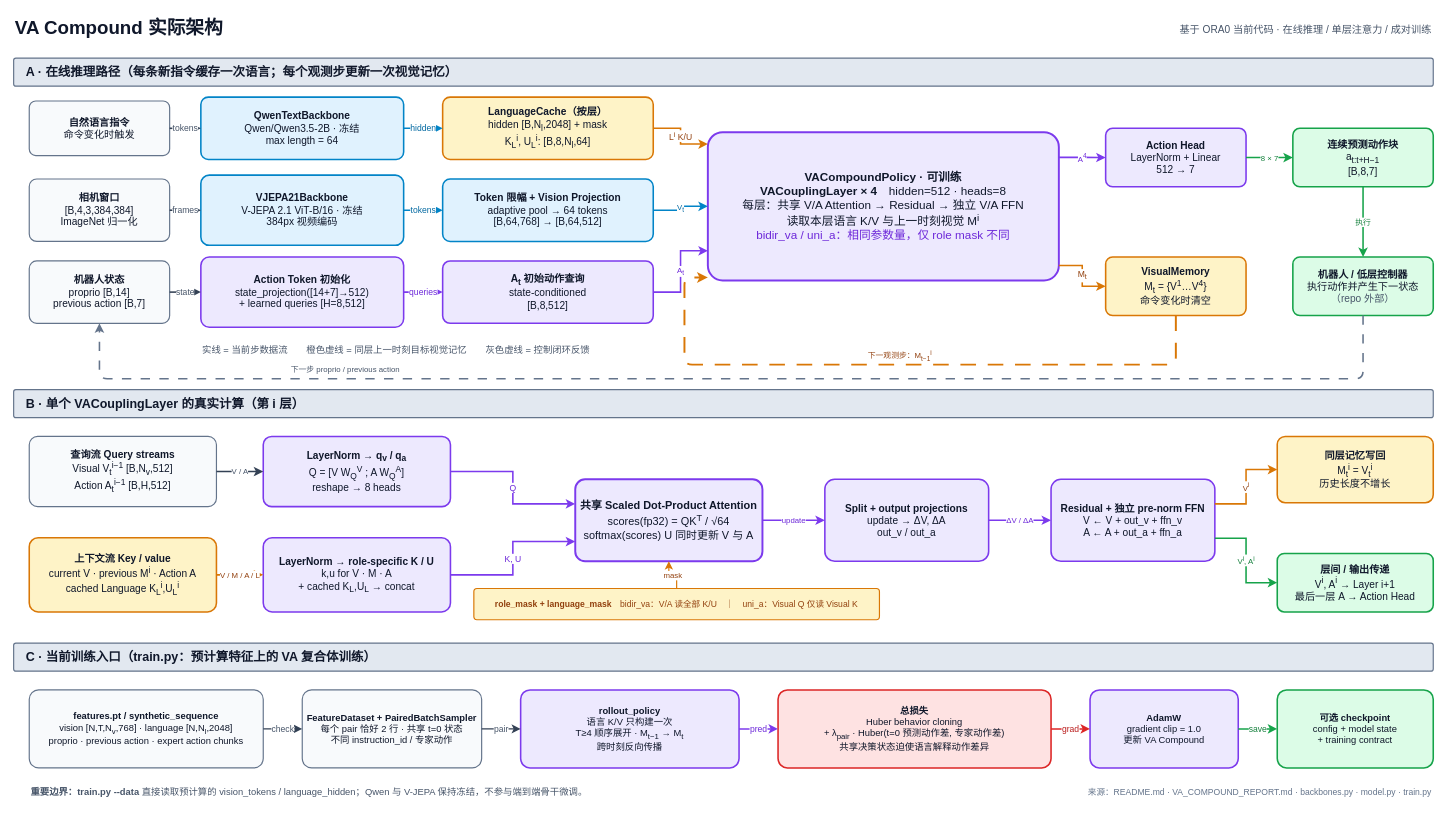
This is artifacts/va_compound_architecture/va_compound_actual_architecture.drawio from hzhe0083-source/Roboticx-1, a draw.io file, before an edit. Source tidied: cells renumbered, new cells numbered last; positions are measured from the earlier drawing's top-left corner, leaving out a move shared by most shapes. Both pictures are drawn from the tidied source at 78%, with x=0, y=0 at pixel (13, 13).
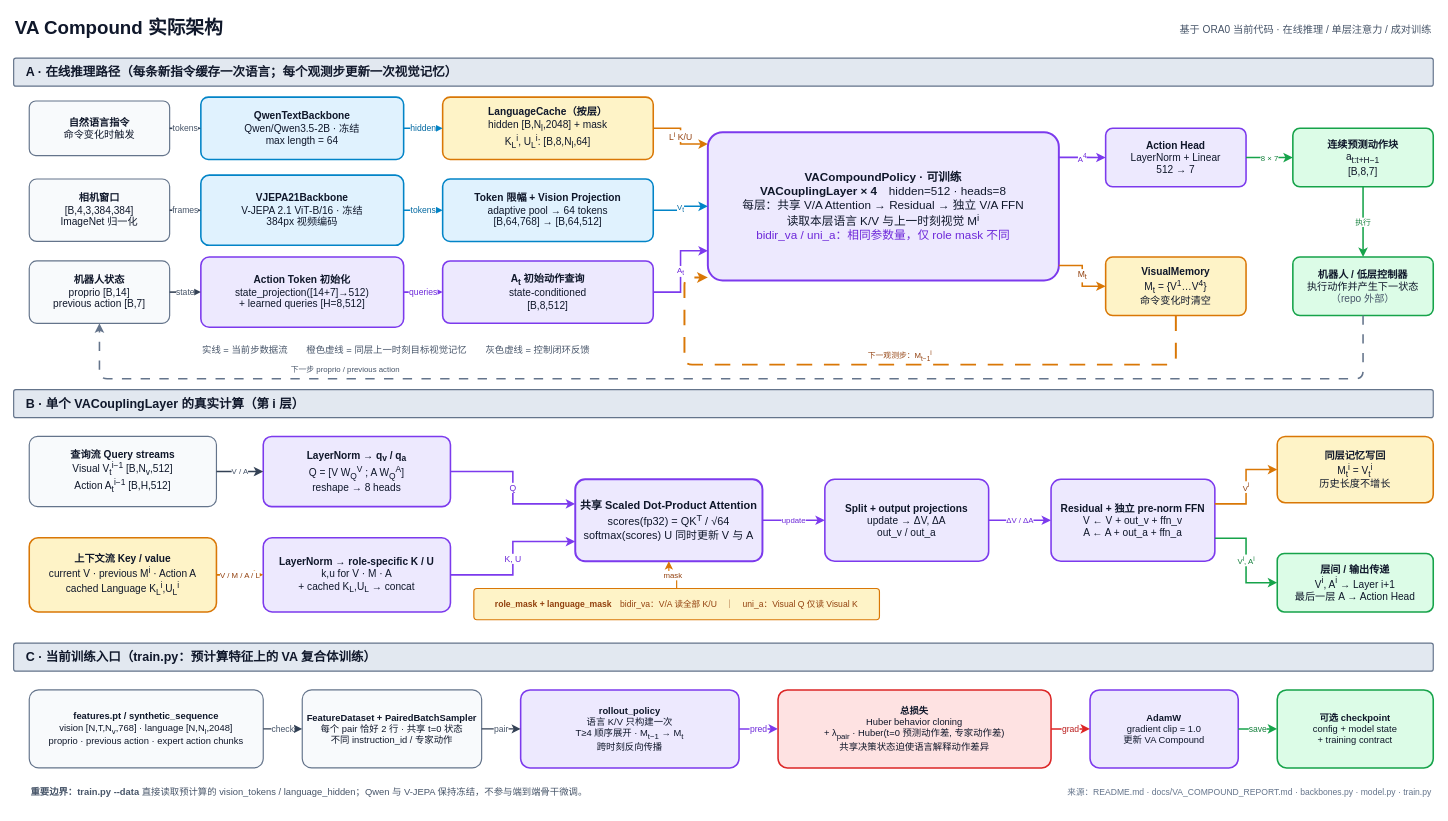
Above is the later version.

What changed in the source:
```diff
@@
-    <mxCell id="63" value="来源：README.md · VA_COMPOUND_REPORT.md · backbones.py · model.py · train.py" style="text;html=1;strokeColor=none;fillColor=none;align=right;verticalAlign=middle;whiteSpace=wrap;fontFamily=Helvetica;fontSize=11;fontColor=#64748B;" parent="1" vertex="1">
+    <mxCell id="63" value="来源：README.md · docs/VA_COMPOUND_REPORT.md · backbones.py · model.py · train.py" style="text;html=1;strokeColor=none;fillColor=none;align=right;verticalAlign=middle;whiteSpace=wrap;fontFamily=Helvetica;fontSize=11;fontColor=#64748B;" parent="1" vertex="1">
       <mxGeometry x="1120" y="977" width="700" height="42" as="geometry" />
     </mxCell>
```
